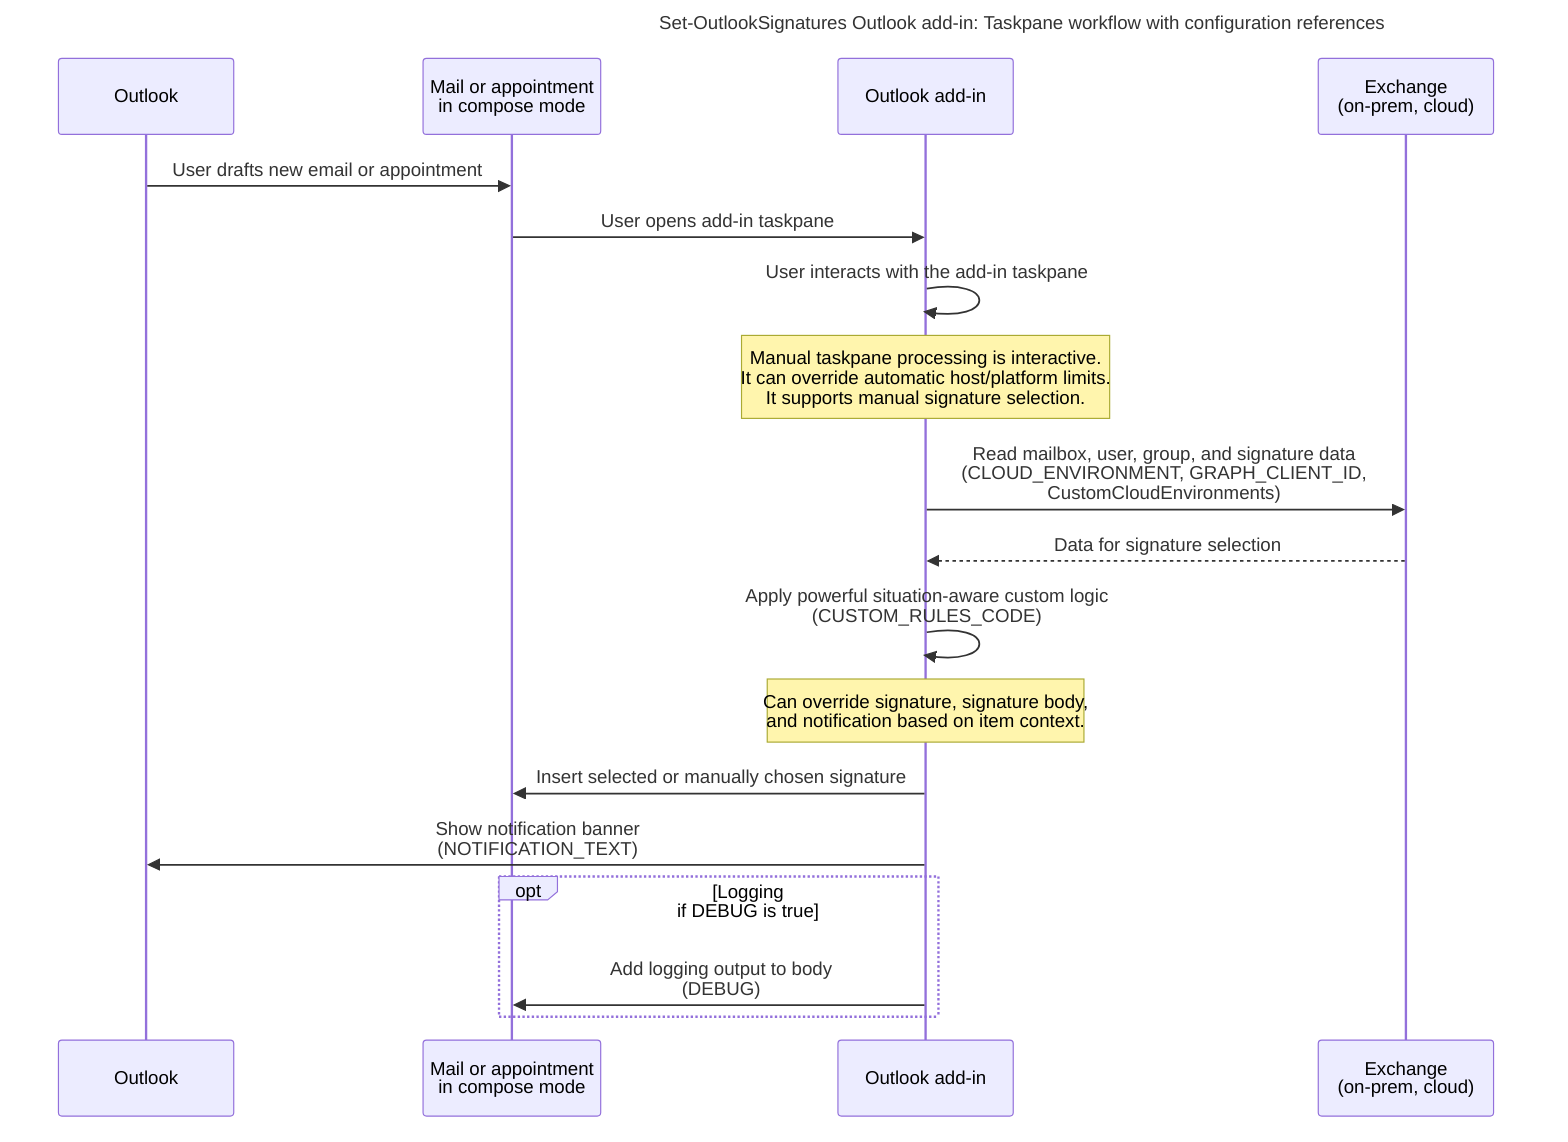
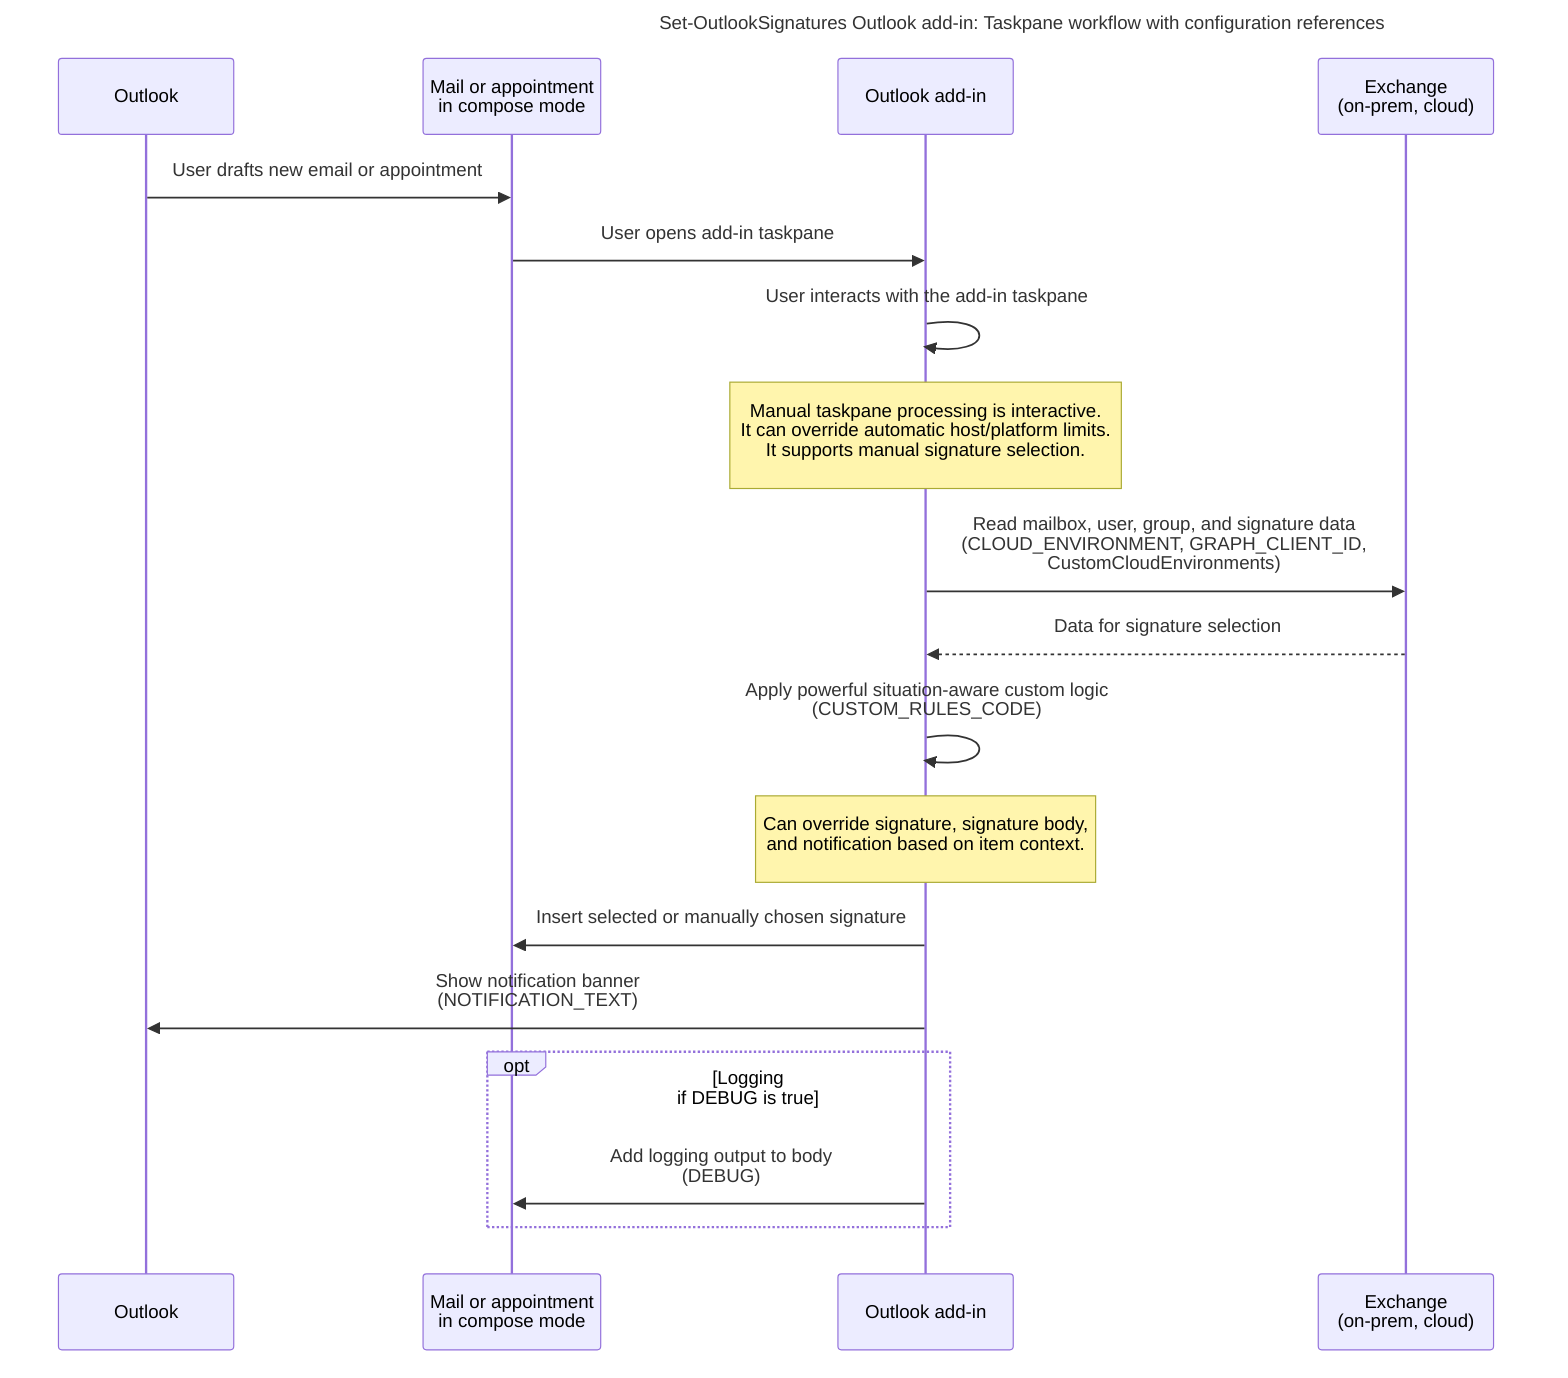
---
title: "Set-OutlookSignatures Outlook add-in: Taskpane workflow with configuration references"
config:
  layout: elk
+   sequence:
+     actorPadding: 30
+     noteMargin: 20
+     boxMargin: 20
+     messageMargin: 50
---
sequenceDiagram
    participant Outlook
    participant Item as Mail or appointment<br>in compose mode
    participant AddIn as Outlook add-in
    participant Exchange as Exchange<br>(on-prem, cloud)

    Outlook->>Item: User drafts new email or appointment
    Item->>AddIn: User opens add-in taskpane
    AddIn->>AddIn: User interacts with the add-in taskpane

    Note over AddIn: Manual taskpane processing is interactive.<br>It can override automatic host/platform limits.<br>It supports manual signature selection.

    AddIn->>Exchange: Read mailbox, user, group, and signature data<br>(CLOUD_ENVIRONMENT, GRAPH_CLIENT_ID,<br>CustomCloudEnvironments)
    Exchange-->>AddIn: Data for signature selection
    AddIn->>AddIn: Apply powerful situation-aware custom logic<br>(CUSTOM_RULES_CODE)
    Note over AddIn: Can override signature, signature body,<br>and notification based on item context.
    AddIn->>Item: Insert selected or manually chosen signature
    AddIn->>Outlook: Show notification banner<br>(NOTIFICATION_TEXT)

    opt Logging<br>if DEBUG is true
        AddIn->>Item: Add logging output to body<br>(DEBUG)
    end